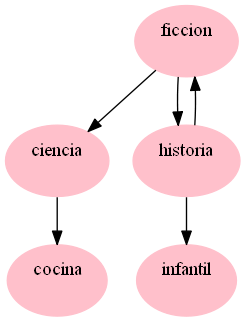
Above: Proyecto2/avlCategorias.png in AdriGomez95/EDD_1S2020_PY2_201504236 (Graphviz), before the change. Its source is kept beside it as Proyecto2/avlCategorias.dot.
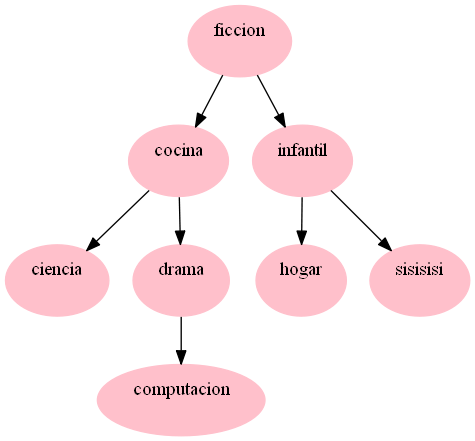
After the commit.

What changed in the source:
```diff
@@ -1,7 +1,9 @@
 digraph G {
-"ficcion\n "[sides=5,color=pink,style=filled]; "ficcion\n "->"ciencia\n ";
-"ficcion\n "->"historia\n ";
-"ciencia\n "->"cocina\n ";
-"historia\n "->"ficcion\n ";
-"historia\n "->"infantil\n ";
- "ciencia\n "[sides=5,color = pink,style=filled];"ficcion\n "[sides=5,color = pink,style=filled]; "historia\n "[sides=5,color = pink,style=filled];"cocina\n "[sides=5,color = pink,style=filled];"infantil\n "[sides=5,color = pink,style=filled];}
+"ficcion\n "[sides=5,color=pink,style=filled]; "ficcion\n "->"cocina\n ";
+"ficcion\n "->"infantil\n ";
+"cocina\n "->"ciencia\n ";
+"cocina\n "->"drama\n ";
+"drama\n "->"computacion\n ";
+"infantil\n "->"hogar\n ";
+"infantil\n "->"sisisisi\n ";
+ "cocina\n "[sides=5,color = pink,style=filled];"ciencia\n "[sides=5,color = pink,style=filled];"computacion\n "[sides=5,color = pink,style=filled];"hogar\n "[sides=5,color = pink,style=filled]; "infantil\n "[sides=5,color = pink,style=filled];"drama\n "[sides=5,color = pink,style=filled];"sisisisi\n "[sides=5,color = pink,style=filled];}
```
